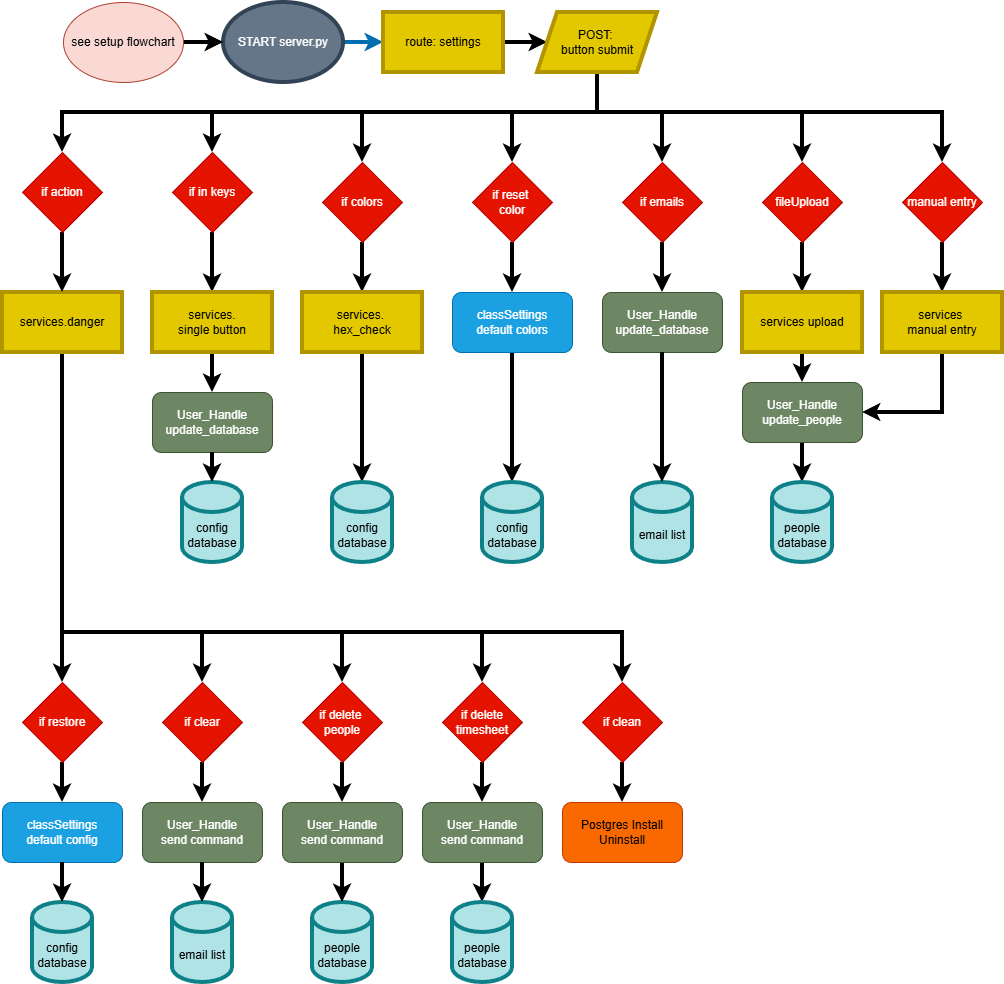
The draw.io diagram planning/server_flowchart.drawio.png in whitedragonstudios/Scanner, before a commit. Source tidied: cells renumbered, new cells last; positions are measured from the earlier drawing's top-left corner, leaving out a move shared by most shapes.
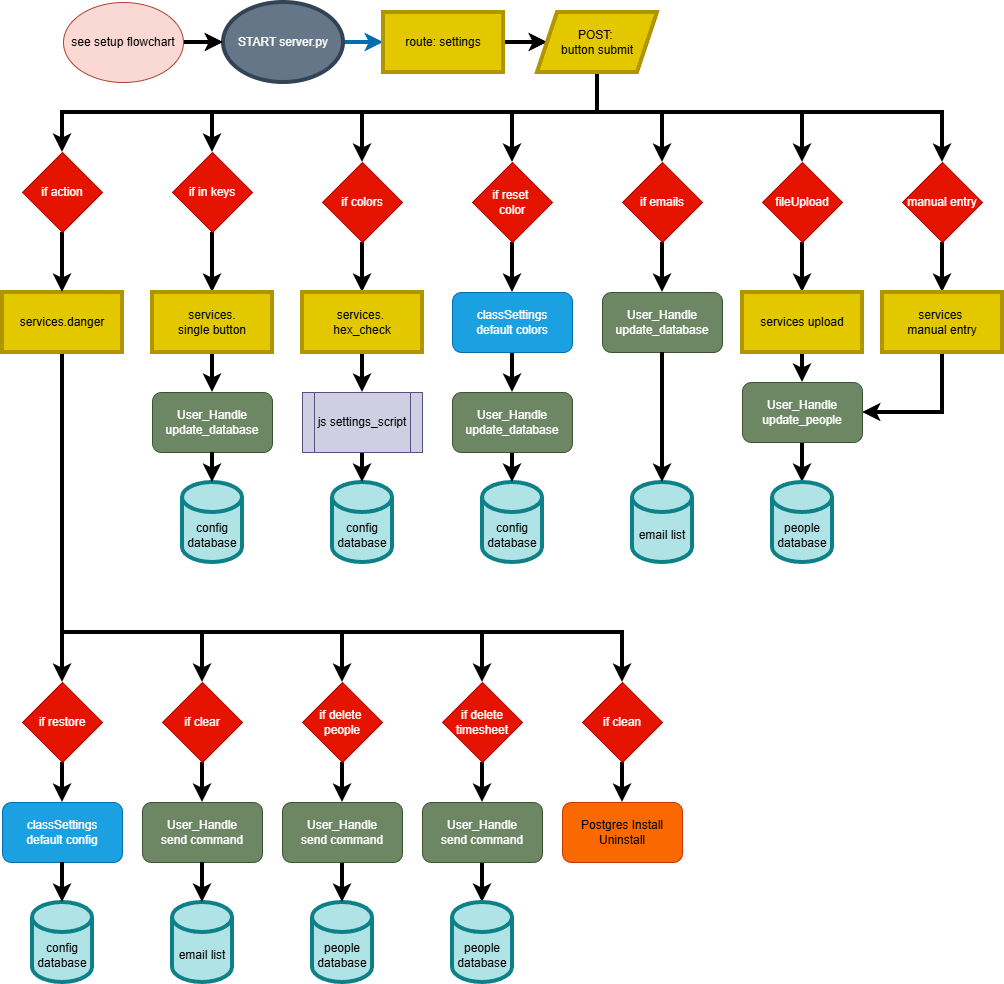
After the commit.

Diff of the diagram source:
```diff
@@ -182,15 +182,15 @@
     <mxCell id="41" style="edgeStyle=orthogonalEdgeStyle;rounded=0;jettySize=auto;html=1;entryX=0.5;entryY=0;entryDx=0;entryDy=0;entryPerimeter=0;strokeWidth=4;" parent="1" edge="1" source="40" target="6">
       <mxGeometry relative="1" as="geometry" />
     </mxCell>
-    <mxCell id="42" style="edgeStyle=orthogonalEdgeStyle;rounded=0;jettySize=auto;html=1;entryX=0.5;entryY=0;entryDx=0;entryDy=0;entryPerimeter=0;strokeWidth=4;" parent="1" edge="1" source="43" target="57">
-      <mxGeometry relative="1" as="geometry" />
-    </mxCell>
+    <mxCell id="81" style="edgeStyle=orthogonalEdgeStyle;rounded=0;jettySize=auto;html=1;strokeWidth=4;" parent="1" edge="1" source="43" target="86">
+      <mxGeometry relative="1" as="geometry" />
+    </mxCell>
     <mxCell id="43" value="services.&amp;nbsp;&lt;div&gt;hex_check&lt;/div&gt;" style="rounded=0;whiteSpace=wrap;html=1;fillColor=#e3c800;fontColor=#000000;strokeColor=#B09500;strokeWidth=4;" parent="1" vertex="1">
       <mxGeometry x="300" y="290" width="120" height="60" as="geometry" />
     </mxCell>
-    <mxCell id="44" style="edgeStyle=orthogonalEdgeStyle;rounded=0;jettySize=auto;html=1;strokeWidth=4;" parent="1" edge="1" source="45" target="56">
-      <mxGeometry relative="1" as="geometry" />
-    </mxCell>
+    <mxCell id="82" style="edgeStyle=orthogonalEdgeStyle;rounded=0;jettySize=auto;html=1;strokeWidth=4;" parent="1" edge="1" source="45" target="84">
+      <mxGeometry relative="1" as="geometry" />
+    </mxCell>
     <mxCell id="45" value="classSettings&lt;div&gt;default colors&lt;/div&gt;" style="rounded=1;whiteSpace=wrap;html=1;fillColor=#1ba1e2;fontColor=#ffffff;strokeColor=#006EAF;" parent="1" vertex="1">
       <mxGeometry x="450" y="290" width="120" height="60" as="geometry" />
     </mxCell>
@@ -303,5 +303,17 @@
     <mxCell id="80" value="Postgres Install Uninstall" style="rounded=1;whiteSpace=wrap;html=1;fillColor=#fa6800;fontColor=#000000;strokeColor=#C73500;" parent="1" vertex="1">
       <mxGeometry x="560" y="800" width="120" height="60" as="geometry" />
     </mxCell>
+    <mxCell id="83" style="edgeStyle=orthogonalEdgeStyle;rounded=0;jettySize=auto;html=1;strokeWidth=4;" parent="1" edge="1" source="84" target="56">
+      <mxGeometry relative="1" as="geometry" />
+    </mxCell>
+    <mxCell id="84" value="User_Handle&lt;div&gt;update_database&lt;/div&gt;" style="rounded=1;whiteSpace=wrap;html=1;fillColor=#6d8764;fontColor=#ffffff;strokeColor=#3A5431;" parent="1" vertex="1">
+      <mxGeometry x="450" y="390" width="120" height="60" as="geometry" />
+    </mxCell>
+    <mxCell id="85" style="edgeStyle=orthogonalEdgeStyle;rounded=0;jettySize=auto;html=1;strokeWidth=4;" parent="1" edge="1" source="86" target="57">
+      <mxGeometry relative="1" as="geometry" />
+    </mxCell>
+    <mxCell id="86" value="js settings_script" style="shape=process;whiteSpace=wrap;html=1;backgroundOutline=1;fillColor=#d0cee2;strokeColor=#56517e;" parent="1" vertex="1">
+      <mxGeometry x="300" y="390" width="120" height="60" as="geometry" />
+    </mxCell>
   </root>
 </mxGraphModel>
```
